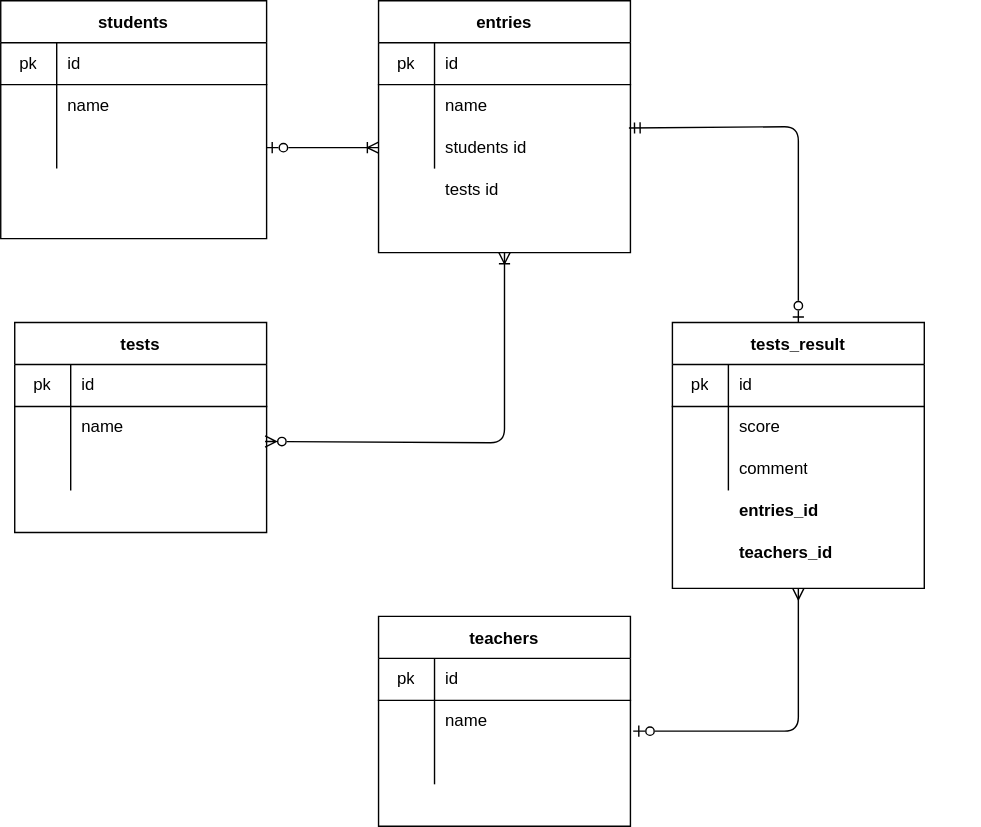
Above: 設計テスト.drawio.svg in fujiwaramatsuri/20211219fujiwara (draw.io), before the change. Source tidied: cells renumbered, new cells last; positions are measured from the earlier drawing's top-left corner, leaving out a move shared by most shapes.
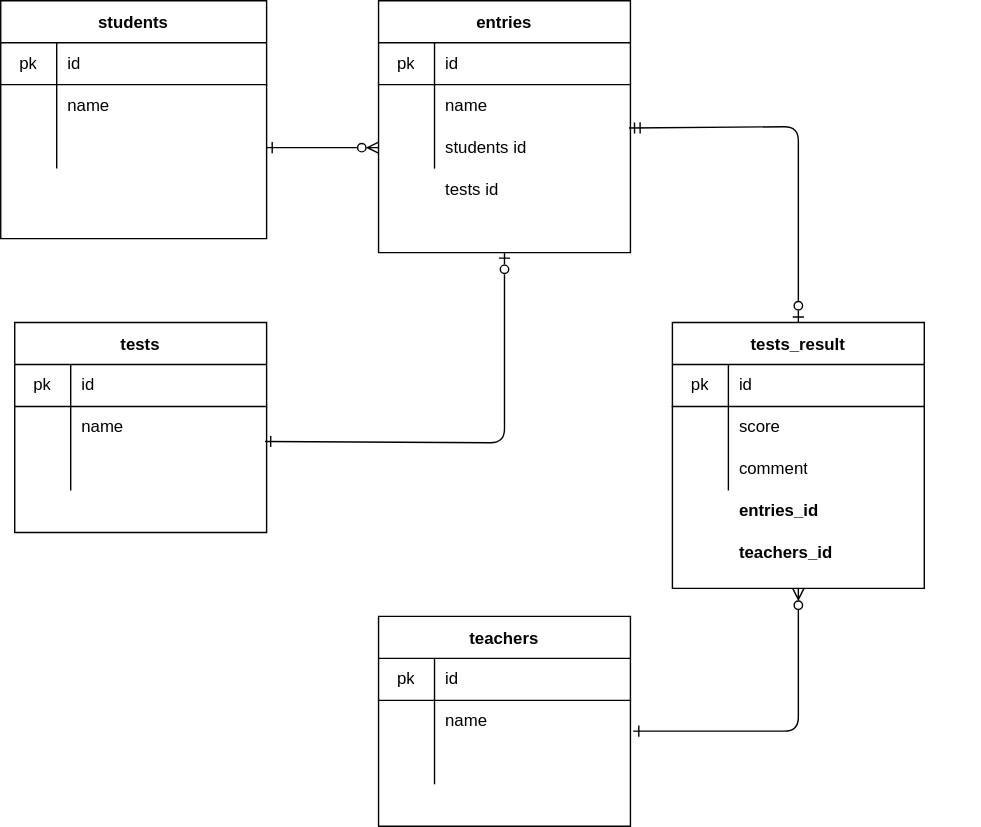
After the commit.

The edit, as a diff of the source:
```diff
@@ -32,7 +32,7 @@
     <mxCell id="11" style="shape=partialRectangle;html=1;whiteSpace=wrap;fillColor=none;top=0;left=0;bottom=0;right=0;align=left;spacingLeft=6;overflow=hidden;" parent="9" vertex="1">
       <mxGeometry x="40" width="150" height="30" as="geometry" />
     </mxCell>
-    <mxCell id="12" style="edgeStyle=none;html=1;entryX=0.5;entryY=1;entryDx=0;entryDy=0;startArrow=ERzeroToOne;startFill=0;endArrow=ERmany;endFill=0;exitX=1.011;exitY=0.733;exitDx=0;exitDy=0;exitPerimeter=0;" parent="1" edge="1" source="17" target="23">
+    <mxCell id="12" style="edgeStyle=none;html=1;entryX=0.5;entryY=1;entryDx=0;entryDy=0;startArrow=ERone;startFill=0;endArrow=ERzeroToMany;endFill=0;exitX=1.011;exitY=0.733;exitDx=0;exitDy=0;exitPerimeter=0;" parent="1" edge="1" source="17" target="23">
       <mxGeometry relative="1" as="geometry">
         <Array as="points">
           <mxPoint x="570" y="522" />
@@ -102,7 +102,7 @@
     <mxCell id="33" style="shape=partialRectangle;html=1;whiteSpace=wrap;fillColor=none;top=0;left=0;bottom=0;right=0;align=left;spacingLeft=6;overflow=hidden;" parent="1" vertex="1">
       <mxGeometry x="560" y="360" width="140" height="30" as="geometry" />
     </mxCell>
-    <mxCell id="34" style="edgeStyle=none;html=1;entryX=0.5;entryY=1;entryDx=0;entryDy=0;startArrow=ERzeroToMany;startFill=0;endArrow=ERoneToMany;endFill=0;exitX=0.994;exitY=0.833;exitDx=0;exitDy=0;exitPerimeter=0;" parent="1" edge="1" source="51" target="36">
+    <mxCell id="34" style="edgeStyle=none;html=1;entryX=0.5;entryY=1;entryDx=0;entryDy=0;startArrow=ERone;startFill=0;endArrow=ERzeroToOne;endFill=0;exitX=0.994;exitY=0.833;exitDx=0;exitDy=0;exitPerimeter=0;" parent="1" edge="1" source="51" target="36">
       <mxGeometry relative="1" as="geometry">
         <Array as="points">
           <mxPoint x="360" y="316" />
@@ -146,7 +146,7 @@
     <mxCell id="45" value="students id" style="shape=partialRectangle;html=1;whiteSpace=wrap;fillColor=none;top=0;left=0;bottom=0;right=0;align=left;spacingLeft=6;overflow=hidden;" parent="43" vertex="1">
       <mxGeometry x="40" width="140" height="30" as="geometry" />
     </mxCell>
-    <mxCell id="46" style="edgeStyle=none;html=1;entryX=0;entryY=0.5;entryDx=0;entryDy=0;startArrow=ERzeroToOne;startFill=0;endArrow=ERoneToMany;endFill=0;exitX=1;exitY=0.5;exitDx=0;exitDy=0;" parent="1" edge="1" source="9" target="43">
+    <mxCell id="46" style="edgeStyle=none;html=1;entryX=0;entryY=0.5;entryDx=0;entryDy=0;startArrow=ERone;startFill=0;endArrow=ERzeroToMany;endFill=0;exitX=1;exitY=0.5;exitDx=0;exitDy=0;" parent="1" edge="1" source="9" target="43">
       <mxGeometry relative="1" as="geometry" />
     </mxCell>
     <mxCell id="47" value="tests" style="shape=table;startSize=30;rowLines=0;fontStyle=1;align=center;" parent="1" vertex="1">
```
